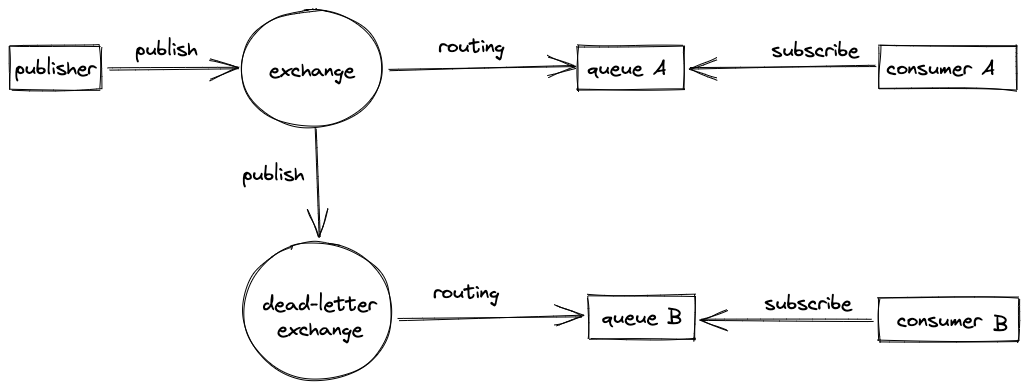
Earlier version of the Excalidraw export source/images/rabbitmq-dlx-2021-07-17-2343.png (tomhjx/blog.source). Source tidied: one line per element, renumbered; positions are measured from the earlier drawing's top-left corner, leaving out a move shared by most shapes. The source it was exported from:
```json
{"id": 0, "type": "rectangle", "strokeColor": "#000000", "strokeWidth": 1, "roughness": 1, "x": 0, "y": 36, "width": 91, "height": 44}
{"id": 1, "type": "text", "text": "publisher", "strokeColor": "#000000", "strokeWidth": 1, "roughness": 1, "fontSize": 20, "fontFamily": 1, "textAlign": "center", "verticalAlign": "middle", "x": 5, "y": 46, "width": 81, "height": 25}
{"id": 2, "type": "ellipse", "strokeColor": "#000000", "strokeWidth": 1, "roughness": 1, "x": 231, "y": 0, "width": 141, "height": 117}
{"id": 3, "type": "text", "text": "exchange", "strokeColor": "#000000", "strokeWidth": 1, "roughness": 1, "fontSize": 20, "fontFamily": 1, "textAlign": "center", "verticalAlign": "middle", "x": 259, "y": 48, "width": 86, "height": 25}
{"id": 4, "type": "arrow", "strokeColor": "#000000", "strokeWidth": 1, "roughness": 1, "endArrowhead": "arrow", "from": 1, "to": 2, "x": 98, "y": 59, "width": 130, "height": 1, "points": [[0, 0], [130, -1]]}
{"id": 5, "type": "rectangle", "strokeColor": "#000000", "strokeWidth": 1, "roughness": 1, "x": 567, "y": 36, "width": 107, "height": 44}
{"id": 6, "type": "text", "text": "queue A", "strokeColor": "#000000", "strokeWidth": 1, "roughness": 1, "fontSize": 20, "fontFamily": 1, "textAlign": "center", "verticalAlign": "middle", "x": 577, "y": 46, "width": 79, "height": 25}
{"id": 7, "type": "arrow", "strokeColor": "#000000", "strokeWidth": 1, "roughness": 1, "endArrowhead": "arrow", "from": 2, "to": 6, "x": 379, "y": 61, "width": 186, "height": 5, "points": [[0, 0], [186, -5]]}
{"id": 8, "type": "text", "text": "routing", "strokeColor": "#000000", "strokeWidth": 1, "roughness": 1, "fontSize": 20, "fontFamily": 1, "x": 429, "y": 24, "width": 66, "height": 25}
{"id": 9, "type": "text", "text": "publish", "strokeColor": "#000000", "strokeWidth": 1, "roughness": 1, "fontSize": 20, "fontFamily": 1, "x": 126, "y": 27, "width": 62, "height": 25}
{"id": 10, "type": "rectangle", "strokeColor": "#000000", "strokeWidth": 1, "roughness": 1, "x": 870, "y": 36, "width": 137, "height": 44}
{"id": 11, "type": "ellipse", "strokeColor": "#000000", "strokeWidth": 1, "roughness": 1, "x": 233, "y": 232, "width": 149, "height": 138}
{"id": 12, "type": "text", "text": "dead-letter\nexchange", "strokeColor": "#000000", "strokeWidth": 1, "roughness": 1, "fontSize": 20, "fontFamily": 1, "textAlign": "center", "x": 253, "y": 282, "width": 114, "height": 50}
{"id": 13, "type": "arrow", "strokeColor": "#000000", "strokeWidth": 1, "roughness": 1, "endArrowhead": "arrow", "from": 2, "to": 11, "x": 305, "y": 119, "width": 5, "height": 109, "points": [[0, 0], [5, 109]]}
{"id": 14, "type": "text", "text": "publish", "strokeColor": "#000000", "strokeWidth": 1, "roughness": 1, "fontSize": 20, "fontFamily": 1, "x": 232, "y": 152, "width": 62, "height": 25}
{"id": 15, "type": "rectangle", "strokeColor": "#000000", "strokeWidth": 1, "roughness": 1, "x": 579, "y": 286, "width": 107, "height": 44}
{"id": 16, "type": "arrow", "strokeColor": "#000000", "strokeWidth": 1, "roughness": 1, "endArrowhead": "arrow", "from": 11, "to": 15, "x": 389, "y": 309, "width": 183, "height": 3, "points": [[0, 0], [183, -3]]}
{"id": 17, "type": "text", "text": "routing", "strokeColor": "#000000", "strokeWidth": 1, "roughness": 1, "fontSize": 20, "fontFamily": 1, "x": 423, "y": 270, "width": 66, "height": 25}
{"id": 18, "type": "text", "text": "queue B", "strokeColor": "#000000", "strokeWidth": 1, "roughness": 1, "fontSize": 20, "fontFamily": 1, "textAlign": "center", "verticalAlign": "middle", "x": 592, "y": 295, "width": 80, "height": 25}
{"id": 19, "type": "text", "text": "consumer A", "strokeColor": "#000000", "strokeWidth": 1, "roughness": 1, "fontSize": 20, "fontFamily": 1, "textAlign": "center", "x": 877, "y": 46, "width": 108, "height": 25}
{"id": 20, "type": "rectangle", "strokeColor": "#000000", "strokeWidth": 1, "roughness": 1, "x": 868, "y": 288, "width": 140, "height": 44}
{"id": 21, "type": "text", "text": "consumer", "strokeColor": "#000000", "strokeWidth": 1, "roughness": 1, "fontSize": 20, "fontFamily": 1, "textAlign": "center", "verticalAlign": "middle", "x": 887, "y": 298, "width": 85, "height": 25}
{"id": 22, "type": "arrow", "strokeColor": "#000000", "strokeWidth": 1, "roughness": 1, "endArrowhead": "arrow", "from": 10, "to": 5, "x": 865, "y": 57, "width": 187, "height": 1, "points": [[0, 0], [-187, 1]]}
{"id": 23, "type": "arrow", "strokeColor": "#000000", "strokeWidth": 1, "roughness": 1, "endArrowhead": "arrow", "from": 20, "to": 15, "x": 862, "y": 310, "width": 170, "height": 0, "points": [[0, 0], [-170, 0]]}
{"id": 24, "type": "text", "text": "subscribe", "strokeColor": "#000000", "strokeWidth": 1, "roughness": 1, "fontSize": 20, "fontFamily": 1, "x": 762, "y": 28, "width": 87, "height": 25}
{"id": 25, "type": "text", "text": "subscribe", "strokeColor": "#000000", "strokeWidth": 1, "roughness": 1, "fontSize": 20, "fontFamily": 1, "x": 755, "y": 281, "width": 87, "height": 25}
{"id": 26, "type": "text", "text": " B", "strokeColor": "#000000", "strokeWidth": 1, "roughness": 1, "fontSize": 20, "fontFamily": 1, "x": 974, "y": 302, "width": 25, "height": 25}
```
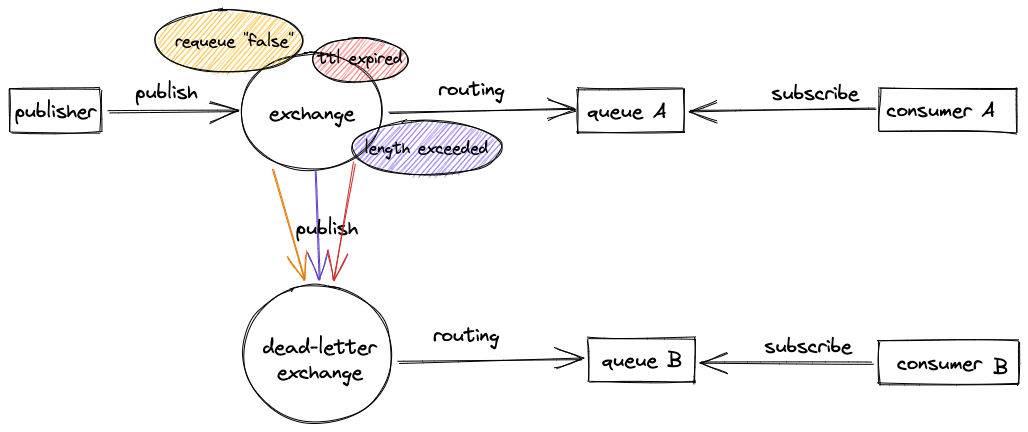
The same file after the commit.

Commit message:
rabbitmq dlx

Change to the diagram source:
```diff
@@ -11,8 +11,8 @@
 {"id": 10, "type": "rectangle", "strokeColor": "#000000", "strokeWidth": 1, "roughness": 1, "x": 870, "y": 36, "width": 137, "height": 44}
 {"id": 11, "type": "ellipse", "strokeColor": "#000000", "strokeWidth": 1, "roughness": 1, "x": 233, "y": 232, "width": 149, "height": 138}
 {"id": 12, "type": "text", "text": "dead-letter\nexchange", "strokeColor": "#000000", "strokeWidth": 1, "roughness": 1, "fontSize": 20, "fontFamily": 1, "textAlign": "center", "x": 253, "y": 282, "width": 114, "height": 50}
-{"id": 13, "type": "arrow", "strokeColor": "#000000", "strokeWidth": 1, "roughness": 1, "endArrowhead": "arrow", "from": 2, "to": 11, "x": 305, "y": 119, "width": 5, "height": 109, "points": [[0, 0], [5, 109]]}
+{"id": 13, "type": "arrow", "strokeColor": "#5f3dc4", "strokeWidth": 1, "roughness": 1, "endArrowhead": "arrow", "from": 2, "to": 11, "x": 305, "y": 119, "width": 5, "height": 109, "points": [[0, 0], [5, 109]]}
-{"id": 14, "type": "text", "text": "publish", "strokeColor": "#000000", "strokeWidth": 1, "roughness": 1, "fontSize": 20, "fontFamily": 1, "x": 232, "y": 152, "width": 62, "height": 25}
+{"id": 14, "type": "text", "text": "publish", "strokeColor": "#000000", "strokeWidth": 1, "roughness": 1, "fontSize": 20, "fontFamily": 1, "x": 286, "y": 163, "width": 62, "height": 25}
 {"id": 15, "type": "rectangle", "strokeColor": "#000000", "strokeWidth": 1, "roughness": 1, "x": 579, "y": 286, "width": 107, "height": 44}
 {"id": 16, "type": "arrow", "strokeColor": "#000000", "strokeWidth": 1, "roughness": 1, "endArrowhead": "arrow", "from": 11, "to": 15, "x": 389, "y": 309, "width": 183, "height": 3, "points": [[0, 0], [183, -3]]}
 {"id": 17, "type": "text", "text": "routing", "strokeColor": "#000000", "strokeWidth": 1, "roughness": 1, "fontSize": 20, "fontFamily": 1, "x": 423, "y": 270, "width": 66, "height": 25}
@@ -25,3 +25,11 @@
 {"id": 24, "type": "text", "text": "subscribe", "strokeColor": "#000000", "strokeWidth": 1, "roughness": 1, "fontSize": 20, "fontFamily": 1, "x": 762, "y": 28, "width": 87, "height": 25}
 {"id": 25, "type": "text", "text": "subscribe", "strokeColor": "#000000", "strokeWidth": 1, "roughness": 1, "fontSize": 20, "fontFamily": 1, "x": 755, "y": 281, "width": 87, "height": 25}
 {"id": 26, "type": "text", "text": " B", "strokeColor": "#000000", "strokeWidth": 1, "roughness": 1, "fontSize": 20, "fontFamily": 1, "x": 974, "y": 302, "width": 25, "height": 25}
+{"id": 27, "type": "ellipse", "strokeColor": "#000000", "backgroundColor": "#fa5252", "fillStyle": "hachure", "strokeWidth": 1, "roughness": 1, "x": 302, "y": -14, "width": 96, "height": 44}
+{"id": 28, "type": "text", "text": "ttl expired ", "strokeColor": "#000000", "strokeWidth": 1, "roughness": 1, "fontSize": 16, "fontFamily": 1, "textAlign": "center", "verticalAlign": "middle", "x": 308, "y": -3, "width": 92, "height": 20}
+{"id": 29, "type": "ellipse", "strokeColor": "#000000", "backgroundColor": "#7950f2", "fillStyle": "hachure", "strokeWidth": 1, "roughness": 1, "x": 342, "y": 68, "width": 150, "height": 55}
+{"id": 30, "type": "text", "text": "length exceeded", "strokeColor": "#000000", "backgroundColor": "#fa5252", "fillStyle": "hachure", "strokeWidth": 1, "roughness": 1, "fontSize": 16, "fontFamily": 1, "textAlign": "center", "verticalAlign": "middle", "x": 354, "y": 86, "width": 124, "height": 20}
+{"id": 31, "type": "arrow", "strokeColor": "#c92a2a", "strokeWidth": 1, "roughness": 1, "endArrowhead": "arrow", "from": 2, "to": 11, "x": 344, "y": 110, "width": 20, "height": 117, "points": [[0, 0], [-20, 117]]}
+{"id": 32, "type": "ellipse", "strokeColor": "#000000", "backgroundColor": "#fab005", "fillStyle": "hachure", "strokeWidth": 1, "roughness": 1, "x": 145, "y": -43, "width": 148, "height": 63}
+{"id": 33, "type": "text", "text": "requeue \"false\"", "strokeColor": "#000000", "backgroundColor": "#7950f2", "fillStyle": "hachure", "strokeWidth": 1, "roughness": 1, "fontSize": 16, "fontFamily": 1, "x": 165, "y": -21, "width": 119, "height": 20}
+{"id": 34, "type": "arrow", "strokeColor": "#e67700", "backgroundColor": "#fd7e14", "fillStyle": "hachure", "strokeWidth": 1, "roughness": 1, "endArrowhead": "arrow", "from": 2, "to": 11, "x": 264, "y": 116, "width": 31, "height": 112, "points": [[0, 0], [31, 112]]}
```
